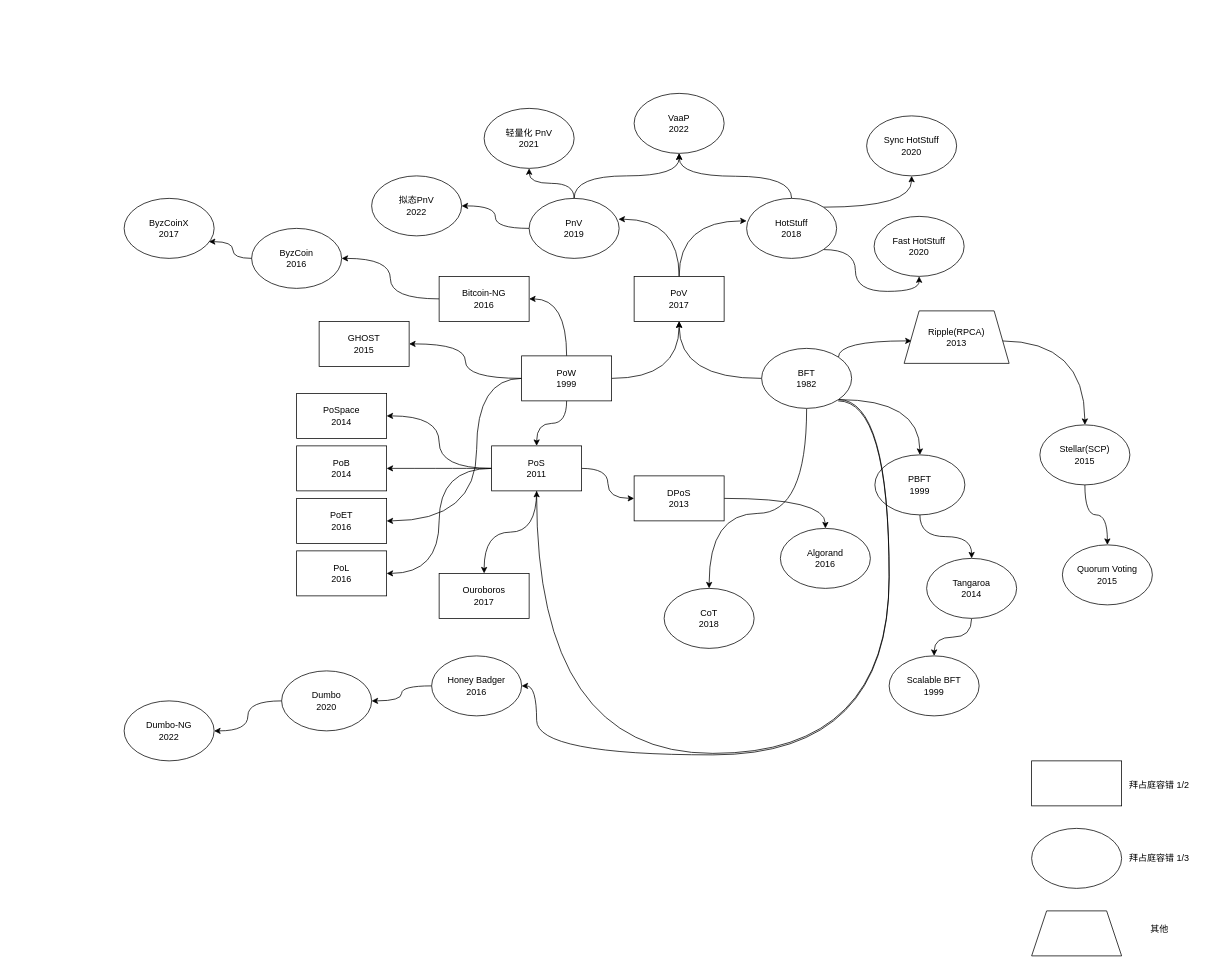
The draw.io diagram ppov.drawio in cynic-1/Graphs, before the edit. Source tidied: cells renumbered, new cells numbered last; positions are measured from the earlier drawing's top-left corner, leaving out a move shared by most shapes. Both pictures are drawn from the tidied source at 75%, with x=0, y=0 at pixel (124, 93).
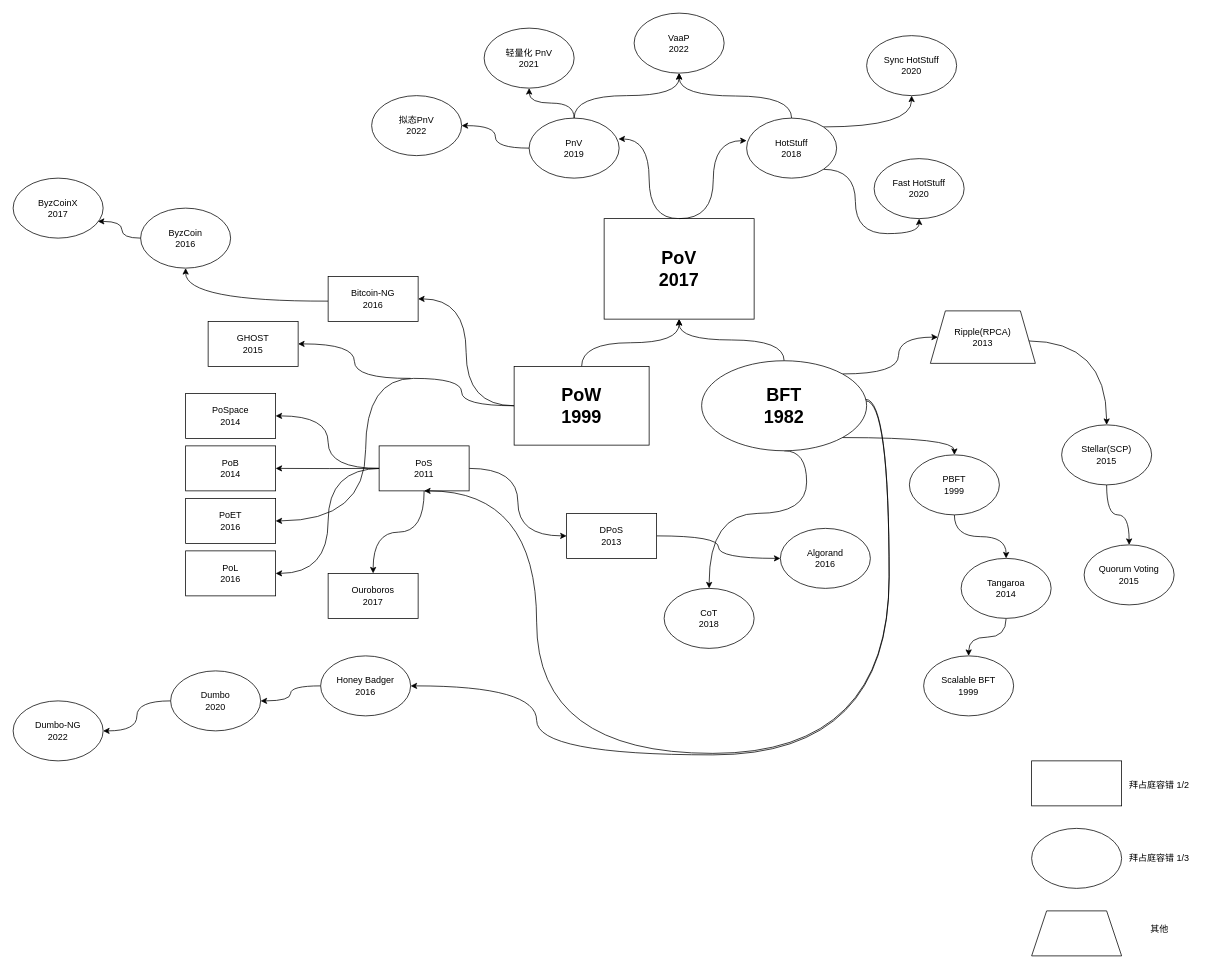
The same page after the edit.

What changed in the source:
```diff
@@
-    <mxCell id="2" style="edgeStyle=orthogonalEdgeStyle;curved=1;rounded=0;jettySize=auto;html=1;entryX=0.993;entryY=0.347;entryDx=0;entryDy=0;entryPerimeter=0;exitX=0.5;exitY=0;exitDx=0;exitDy=0;" parent="1" edge="1" source="3" target="7">
-      <mxGeometry relative="1" as="geometry" />
+    <mxCell id="2" style="edgeStyle=orthogonalEdgeStyle;curved=1;rounded=0;jettySize=auto;html=1;entryX=0.993;entryY=0.347;entryDx=0;entryDy=0;entryPerimeter=0;exitX=0.5;exitY=0;exitDx=0;exitDy=0;" parent="1" edge="1" target="7">
+      <mxGeometry relative="1" as="geometry">
+        <mxPoint x="740" y="167" as="sourcePoint" />
+      </mxGeometry>
     </mxCell>
-    <mxCell id="3" value="PoV&lt;br&gt;2017" style="rounded=0;whiteSpace=wrap;html=1;" parent="1" vertex="1">
-      <mxGeometry x="680" y="244" width="120" height="60" as="geometry" />
+    <mxCell id="3" value="&lt;font style=&quot;font-size: 24px;&quot;&gt;&lt;b&gt;PoV&lt;br&gt;2017&lt;/b&gt;&lt;/font&gt;" style="rounded=0;whiteSpace=wrap;html=1;" parent="1" vertex="1">
+      <mxGeometry x="640" y="167" width="200" height="134" as="geometry" />
     </mxCell>
@@
     <mxCell id="7" value="PnV&lt;br&gt;2019" style="ellipse;whiteSpace=wrap;html=1;" parent="1" vertex="1">
-      <mxGeometry x="540" y="140" width="120" height="80" as="geometry" />
+      <mxGeometry x="540" y="33" width="120" height="80" as="geometry" />
     </mxCell>
     <mxCell id="8" style="edgeStyle=orthogonalEdgeStyle;curved=1;rounded=0;jettySize=auto;html=1;exitX=0.5;exitY=0;exitDx=0;exitDy=0;" parent="1" edge="1" source="11">
       <mxGeometry relative="1" as="geometry">
-        <mxPoint x="740" y="80" as="targetPoint" />
+        <mxPoint x="740" y="-27" as="targetPoint" />
       </mxGeometry>
     </mxCell>
@@
     <mxCell id="11" value="HotStuff&lt;br&gt;2018" style="ellipse;whiteSpace=wrap;html=1;" parent="1" vertex="1">
-      <mxGeometry x="830" y="140" width="120" height="80" as="geometry" />
+      <mxGeometry x="830" y="33" width="120" height="80" as="geometry" />
     </mxCell>
-    <mxCell id="12" style="edgeStyle=orthogonalEdgeStyle;curved=1;rounded=0;jettySize=auto;html=1;entryX=0.5;entryY=1;entryDx=0;entryDy=0;" parent="1" edge="1" source="17" target="3">
-      <mxGeometry relative="1" as="geometry" />
-    </mxCell>
-    <mxCell id="13" style="edgeStyle=orthogonalEdgeStyle;curved=1;rounded=0;jettySize=auto;html=1;entryX=1;entryY=0.5;entryDx=0;entryDy=0;" parent="1" edge="1" source="17" target="28">
-      <mxGeometry relative="1" as="geometry" />
+    <mxCell id="13" style="edgeStyle=orthogonalEdgeStyle;curved=1;rounded=0;jettySize=auto;html=1;entryX=1;entryY=0.5;entryDx=0;entryDy=0;" parent="1" edge="1" target="28">
+      <mxGeometry relative="1" as="geometry">
+        <mxPoint x="382" y="380" as="sourcePoint" />
+      </mxGeometry>
     </mxCell>
-    <mxCell id="14" style="edgeStyle=orthogonalEdgeStyle;curved=1;rounded=0;jettySize=auto;html=1;entryX=1;entryY=0.5;entryDx=0;entryDy=0;" parent="1" edge="1" source="17" target="31">
+    <mxCell id="14" style="edgeStyle=orthogonalEdgeStyle;curved=1;rounded=0;jettySize=auto;html=1;entryX=1;entryY=0.5;entryDx=0;entryDy=0;exitX=0;exitY=0.5;exitDx=0;exitDy=0;" parent="1" edge="1" source="17" target="31">
       <mxGeometry relative="1" as="geometry">
         <Array as="points">
-          <mxPoint x="470" y="380" />
-          <mxPoint x="470" y="570" />
+          <mxPoint x="450" y="380" />
+          <mxPoint x="322" y="380" />
+          <mxPoint x="322" y="570" />
         </Array>
       </mxGeometry>
     </mxCell>
-    <mxCell id="15" style="edgeStyle=orthogonalEdgeStyle;curved=1;rounded=0;jettySize=auto;html=1;" parent="1" edge="1" source="17" target="24">
-      <mxGeometry relative="1" as="geometry" />
-    </mxCell>
-    <mxCell id="16" style="edgeStyle=orthogonalEdgeStyle;curved=1;rounded=0;jettySize=auto;html=1;entryX=1;entryY=0.5;entryDx=0;entryDy=0;" parent="1" edge="1" source="17" target="34">
+    <mxCell id="16" style="edgeStyle=orthogonalEdgeStyle;curved=1;rounded=0;jettySize=auto;html=1;entryX=1;entryY=0.5;entryDx=0;entryDy=0;exitX=0;exitY=0.5;exitDx=0;exitDy=0;" parent="1" edge="1" source="17" target="34">
       <mxGeometry relative="1" as="geometry" />
     </mxCell>
-    <mxCell id="17" value="PoW&lt;br&gt;1999" style="rounded=0;whiteSpace=wrap;html=1;" parent="1" vertex="1">
-      <mxGeometry x="530" y="350" width="120" height="60" as="geometry" />
-    </mxCell>
-    <mxCell id="18" style="edgeStyle=orthogonalEdgeStyle;curved=1;rounded=0;jettySize=auto;html=1;" parent="1" edge="1" target="3">
-      <mxGeometry relative="1" as="geometry">
-        <mxPoint x="850" y="380" as="sourcePoint" />
-      </mxGeometry>
-    </mxCell>
@@
-    <mxCell id="20" style="edgeStyle=orthogonalEdgeStyle;curved=1;rounded=0;jettySize=auto;html=1;entryX=1;entryY=0.5;entryDx=0;entryDy=0;" parent="1" edge="1" source="24" target="29">
-      <mxGeometry relative="1" as="geometry" />
+    <mxCell id="20" style="edgeStyle=orthogonalEdgeStyle;curved=1;rounded=0;jettySize=auto;html=1;entryX=1;entryY=0.5;entryDx=0;entryDy=0;" parent="1" edge="1" target="29">
+      <mxGeometry relative="1" as="geometry">
+        <mxPoint x="342" y="500" as="sourcePoint" />
+      </mxGeometry>
     </mxCell>
-    <mxCell id="21" style="edgeStyle=orthogonalEdgeStyle;curved=1;rounded=0;jettySize=auto;html=1;entryX=1;entryY=0.5;entryDx=0;entryDy=0;" parent="1" edge="1" source="24" target="30">
-      <mxGeometry relative="1" as="geometry" />
+    <mxCell id="21" style="edgeStyle=orthogonalEdgeStyle;curved=1;rounded=0;jettySize=auto;html=1;entryX=1;entryY=0.5;entryDx=0;entryDy=0;" parent="1" edge="1" target="30">
+      <mxGeometry relative="1" as="geometry">
+        <mxPoint x="342" y="500" as="sourcePoint" />
+      </mxGeometry>
     </mxCell>
-    <mxCell id="22" style="edgeStyle=orthogonalEdgeStyle;curved=1;rounded=0;jettySize=auto;html=1;entryX=1;entryY=0.5;entryDx=0;entryDy=0;" parent="1" edge="1" source="24" target="32">
-      <mxGeometry relative="1" as="geometry" />
+    <mxCell id="22" style="edgeStyle=orthogonalEdgeStyle;curved=1;rounded=0;jettySize=auto;html=1;entryX=1;entryY=0.5;entryDx=0;entryDy=0;" parent="1" edge="1" target="32">
+      <mxGeometry relative="1" as="geometry">
+        <mxPoint x="342" y="500" as="sourcePoint" />
+      </mxGeometry>
     </mxCell>
@@
     <mxCell id="24" value="PoS&lt;br&gt;2011" style="rounded=0;whiteSpace=wrap;html=1;" parent="1" vertex="1">
-      <mxGeometry x="490" y="470" width="120" height="60" as="geometry" />
+      <mxGeometry x="340" y="470" width="120" height="60" as="geometry" />
     </mxCell>
@@
     <mxCell id="26" value="DPoS&lt;br&gt;2013" style="rounded=0;whiteSpace=wrap;html=1;" parent="1" vertex="1">
-      <mxGeometry x="680" y="510" width="120" height="60" as="geometry" />
+      <mxGeometry x="590" y="560" width="120" height="60" as="geometry" />
     </mxCell>
     <mxCell id="27" value="Ouroboros&lt;br&gt;2017" style="rounded=0;whiteSpace=wrap;html=1;" parent="1" vertex="1">
-      <mxGeometry x="420" y="640" width="120" height="60" as="geometry" />
+      <mxGeometry x="272" y="640" width="120" height="60" as="geometry" />
     </mxCell>
     <mxCell id="28" value="GHOST&lt;br&gt;2015" style="rounded=0;whiteSpace=wrap;html=1;" parent="1" vertex="1">
-      <mxGeometry x="260" y="304" width="120" height="60" as="geometry" />
+      <mxGeometry x="112" y="304" width="120" height="60" as="geometry" />
     </mxCell>
     <mxCell id="29" value="PoSpace&lt;br&gt;2014" style="rounded=0;whiteSpace=wrap;html=1;" parent="1" vertex="1">
-      <mxGeometry x="230" y="400" width="120" height="60" as="geometry" />
+      <mxGeometry x="82" y="400" width="120" height="60" as="geometry" />
     </mxCell>
     <mxCell id="30" value="PoB&lt;br&gt;2014" style="rounded=0;whiteSpace=wrap;html=1;" parent="1" vertex="1">
-      <mxGeometry x="230" y="470" width="120" height="60" as="geometry" />
+      <mxGeometry x="82" y="470" width="120" height="60" as="geometry" />
     </mxCell>
     <mxCell id="31" value="PoET&lt;br&gt;2016" style="rounded=0;whiteSpace=wrap;html=1;" parent="1" vertex="1">
-      <mxGeometry x="230" y="540" width="120" height="60" as="geometry" />
+      <mxGeometry x="82" y="540" width="120" height="60" as="geometry" />
     </mxCell>
     <mxCell id="32" value="PoL&lt;br&gt;2016" style="rounded=0;whiteSpace=wrap;html=1;" parent="1" vertex="1">
-      <mxGeometry x="230" y="610" width="120" height="60" as="geometry" />
+      <mxGeometry x="82" y="610" width="120" height="60" as="geometry" />
     </mxCell>
-    <mxCell id="33" style="edgeStyle=orthogonalEdgeStyle;curved=1;rounded=0;jettySize=auto;html=1;" parent="1" edge="1" source="34" target="56">
-      <mxGeometry relative="1" as="geometry" />
+    <mxCell id="33" style="edgeStyle=orthogonalEdgeStyle;curved=1;rounded=0;jettySize=auto;html=1;" parent="1" edge="1" target="56">
+      <mxGeometry relative="1" as="geometry">
+        <mxPoint x="272" y="277" as="sourcePoint" />
+      </mxGeometry>
     </mxCell>
     <mxCell id="34" value="Bitcoin-NG&lt;br&gt;2016" style="rounded=0;whiteSpace=wrap;html=1;" parent="1" vertex="1">
-      <mxGeometry x="420" y="244" width="120" height="60" as="geometry" />
+      <mxGeometry x="272" y="244" width="120" height="60" as="geometry" />
     </mxCell>
-    <mxCell id="35" style="edgeStyle=orthogonalEdgeStyle;curved=1;rounded=0;jettySize=auto;html=1;" parent="1" edge="1" target="47">
+    <mxCell id="35" style="edgeStyle=orthogonalEdgeStyle;curved=1;rounded=0;jettySize=auto;html=1;entryX=0.5;entryY=0;entryDx=0;entryDy=0;" parent="1" edge="1" target="47">
       <mxGeometry relative="1" as="geometry">
-        <mxPoint x="1170" y="330" as="sourcePoint" />
+        <mxPoint x="1205" y="330" as="sourcePoint" />
       </mxGeometry>
     </mxCell>
     <mxCell id="36" value="轻量化 PnV&lt;br&gt;2021" style="ellipse;whiteSpace=wrap;html=1;" parent="1" vertex="1">
-      <mxGeometry x="480" y="20" width="120" height="80" as="geometry" />
+      <mxGeometry x="480" y="-87" width="120" height="80" as="geometry" />
     </mxCell>
     <mxCell id="37" value="拟态PnV&lt;br&gt;2022" style="ellipse;whiteSpace=wrap;html=1;" parent="1" vertex="1">
-      <mxGeometry x="330" y="110" width="120" height="80" as="geometry" />
+      <mxGeometry x="330" y="3" width="120" height="80" as="geometry" />
     </mxCell>
     <mxCell id="38" value="VaaP&lt;br&gt;2022" style="ellipse;whiteSpace=wrap;html=1;" parent="1" vertex="1">
-      <mxGeometry x="680" width="120" height="80" as="geometry" />
+      <mxGeometry x="680" y="-107" width="120" height="80" as="geometry" />
     </mxCell>
     <mxCell id="39" value="Sync HotStuff&lt;br&gt;2020" style="ellipse;whiteSpace=wrap;html=1;" parent="1" vertex="1">
-      <mxGeometry x="990" y="30" width="120" height="80" as="geometry" />
+      <mxGeometry x="990" y="-77" width="120" height="80" as="geometry" />
     </mxCell>
     <mxCell id="40" value="Fast HotStuff&lt;br&gt;2020" style="ellipse;whiteSpace=wrap;html=1;" parent="1" vertex="1">
-      <mxGeometry x="1000" y="164" width="120" height="80" as="geometry" />
+      <mxGeometry x="1000" y="87" width="120" height="80" as="geometry" />
     </mxCell>
@@
     <mxCell id="42" value="PBFT&lt;br&gt;1999" style="ellipse;whiteSpace=wrap;html=1;" parent="1" vertex="1">
-      <mxGeometry x="1001" y="482" width="120" height="80" as="geometry" />
+      <mxGeometry x="1047" y="482" width="120" height="80" as="geometry" />
     </mxCell>
@@
     <mxCell id="44" value="Tangaroa&lt;br&gt;2014" style="ellipse;whiteSpace=wrap;html=1;" parent="1" vertex="1">
-      <mxGeometry x="1070" y="620" width="120" height="80" as="geometry" />
+      <mxGeometry x="1116" y="620" width="120" height="80" as="geometry" />
     </mxCell>
     <mxCell id="45" value="Scalable BFT&lt;br&gt;1999" style="ellipse;whiteSpace=wrap;html=1;" parent="1" vertex="1">
-      <mxGeometry x="1020" y="750" width="120" height="80" as="geometry" />
+      <mxGeometry x="1066" y="750" width="120" height="80" as="geometry" />
     </mxCell>
@@
     <mxCell id="47" value="Stellar(SCP)&lt;br&gt;2015" style="ellipse;whiteSpace=wrap;html=1;" parent="1" vertex="1">
-      <mxGeometry x="1221" y="442" width="120" height="80" as="geometry" />
+      <mxGeometry x="1250" y="442" width="120" height="80" as="geometry" />
     </mxCell>
     <mxCell id="48" value="Quorum Voting&lt;br&gt;2015" style="ellipse;whiteSpace=wrap;html=1;" parent="1" vertex="1">
-      <mxGeometry x="1251" y="602" width="120" height="80" as="geometry" />
+      <mxGeometry x="1280" y="602" width="120" height="80" as="geometry" />
     </mxCell>
@@
     <mxCell id="52" value="Honey Badger&lt;br&gt;2016" style="ellipse;whiteSpace=wrap;html=1;" parent="1" vertex="1">
-      <mxGeometry x="410" y="750" width="120" height="80" as="geometry" />
+      <mxGeometry x="262" y="750" width="120" height="80" as="geometry" />
     </mxCell>
@@
     <mxCell id="54" value="Dumbo&lt;br&gt;2020" style="ellipse;whiteSpace=wrap;html=1;" parent="1" vertex="1">
-      <mxGeometry x="210" y="770" width="120" height="80" as="geometry" />
+      <mxGeometry x="62" y="770" width="120" height="80" as="geometry" />
     </mxCell>
     <mxCell id="55" value="Dumbo-NG&lt;br&gt;2022" style="ellipse;whiteSpace=wrap;html=1;" parent="1" vertex="1">
-      <mxGeometry y="810" width="120" height="80" as="geometry" />
+      <mxGeometry x="-148" y="810" width="120" height="80" as="geometry" />
     </mxCell>
     <mxCell id="56" value="ByzCoin&lt;br&gt;2016" style="ellipse;whiteSpace=wrap;html=1;" parent="1" vertex="1">
-      <mxGeometry x="170" y="180" width="120" height="80" as="geometry" />
+      <mxGeometry x="22" y="153" width="120" height="80" as="geometry" />
     </mxCell>
     <mxCell id="57" value="ByzCoinX&lt;br&gt;2017" style="ellipse;whiteSpace=wrap;html=1;" parent="1" vertex="1">
-      <mxGeometry y="140" width="120" height="80" as="geometry" />
+      <mxGeometry x="-148" y="113" width="120" height="80" as="geometry" />
     </mxCell>
-    <mxCell id="58" style="edgeStyle=orthogonalEdgeStyle;curved=1;rounded=0;jettySize=auto;html=1;exitX=0.5;exitY=0;exitDx=0;exitDy=0;entryX=0;entryY=0.375;entryDx=0;entryDy=0;entryPerimeter=0;" parent="1" edge="1" source="3" target="11">
-      <mxGeometry relative="1" as="geometry" />
+    <mxCell id="58" style="edgeStyle=orthogonalEdgeStyle;curved=1;rounded=0;jettySize=auto;html=1;exitX=0.5;exitY=0;exitDx=0;exitDy=0;entryX=0;entryY=0.375;entryDx=0;entryDy=0;entryPerimeter=0;" parent="1" edge="1" target="11">
+      <mxGeometry relative="1" as="geometry">
+        <mxPoint x="740" y="167" as="sourcePoint" />
+      </mxGeometry>
     </mxCell>
-    <mxCell id="59" style="edgeStyle=orthogonalEdgeStyle;curved=1;rounded=0;jettySize=auto;html=1;exitX=1;exitY=0;exitDx=0;exitDy=0;" parent="1" edge="1" source="63">
-      <mxGeometry relative="1" as="geometry">
-        <mxPoint x="1050" y="330" as="targetPoint" />
-        <Array as="points">
-          <mxPoint x="952" y="330" />
-        </Array>
-      </mxGeometry>
-    </mxCell>
@@
-    <mxCell id="63" value="BFT&lt;br&gt;1982" style="ellipse;whiteSpace=wrap;html=1;" parent="1" vertex="1">
-      <mxGeometry x="850" y="340" width="120" height="80" as="geometry" />
-    </mxCell>
-    <mxCell id="64" style="edgeStyle=orthogonalEdgeStyle;curved=1;rounded=0;jettySize=auto;html=1;exitX=1;exitY=1;exitDx=0;exitDy=0;entryX=1;entryY=0.5;entryDx=0;entryDy=0;" parent="1" edge="1" target="52">
+    <mxCell id="64" style="edgeStyle=orthogonalEdgeStyle;curved=1;rounded=0;jettySize=auto;html=1;exitX=1;exitY=1;exitDx=0;exitDy=0;entryX=1;entryY=0.5;entryDx=0;entryDy=0;" parent="1" edge="1" source="63" target="52">
       <mxGeometry relative="1" as="geometry">
-        <mxPoint x="952" y="410" as="sourcePoint" />
         <Array as="points">
           <mxPoint x="1020" y="410" />
           <mxPoint x="1020" y="882" />
           <mxPoint x="550" y="882" />
           <mxPoint x="550" y="790" />
         </Array>
       </mxGeometry>
     </mxCell>
@@
     <mxCell id="66" value="Ripple(RPCA)&lt;br&gt;2013" style="shape=trapezoid;perimeter=trapezoidPerimeter;whiteSpace=wrap;html=1;fixedSize=1;" parent="1" vertex="1">
-      <mxGeometry x="1040" y="290" width="140" height="70" as="geometry" />
+      <mxGeometry x="1075" y="290" width="140" height="70" as="geometry" />
     </mxCell>
@@
+    <mxCell id="12" style="edgeStyle=orthogonalEdgeStyle;curved=1;rounded=0;jettySize=auto;html=1;entryX=0.5;entryY=1;entryDx=0;entryDy=0;" parent="1" edge="1" source="17" target="3">
+      <mxGeometry relative="1" as="geometry" />
+    </mxCell>
+    <mxCell id="17" value="&lt;font style=&quot;font-size: 24px;&quot;&gt;&lt;b&gt;PoW&lt;br&gt;1999&lt;/b&gt;&lt;/font&gt;" style="rounded=0;whiteSpace=wrap;html=1;" parent="1" vertex="1">
+      <mxGeometry x="520" y="364" width="180" height="105" as="geometry" />
+    </mxCell>
+    <mxCell id="73" style="edgeStyle=orthogonalEdgeStyle;curved=1;rounded=0;jettySize=auto;html=1;entryX=0.5;entryY=1;entryDx=0;entryDy=0;" parent="1" edge="1" source="63" target="3">
+      <mxGeometry relative="1" as="geometry" />
+    </mxCell>
+    <mxCell id="74" style="edgeStyle=orthogonalEdgeStyle;curved=1;rounded=0;jettySize=auto;html=1;exitX=1;exitY=0;exitDx=0;exitDy=0;entryX=0;entryY=0.5;entryDx=0;entryDy=0;" parent="1" edge="1" source="63" target="66">
+      <mxGeometry relative="1" as="geometry" />
+    </mxCell>
+    <mxCell id="63" value="&lt;font style=&quot;font-size: 24px;&quot;&gt;&lt;b&gt;BFT&lt;br&gt;1982&lt;/b&gt;&lt;/font&gt;" style="ellipse;whiteSpace=wrap;html=1;" parent="1" vertex="1">
+      <mxGeometry x="770" y="356.5" width="220" height="120" as="geometry" />
+    </mxCell>
```
